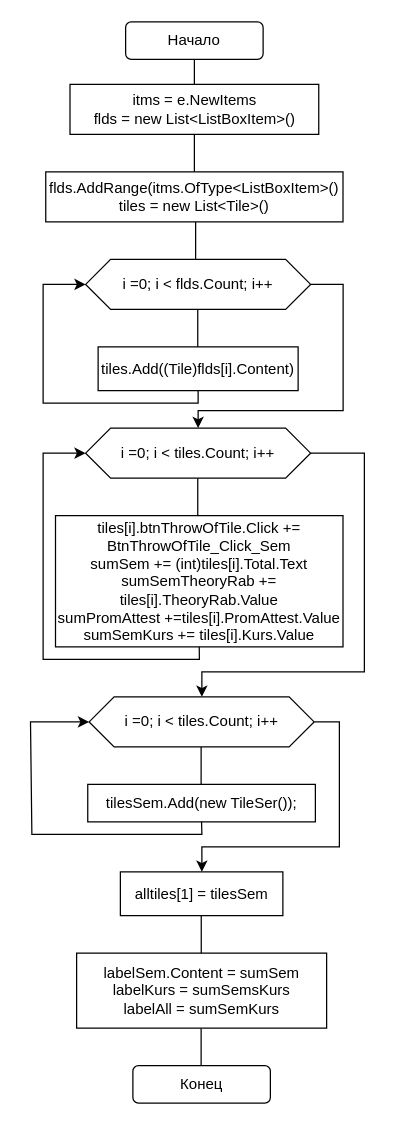
iCosmos76/Curriculum-Designer keeps this draw.io diagram as Block_sheme/Main_window/Dobavlenie_dicsipliny_v_semestr/Dobavlenie_dicsipliny_v_semestr.drawio. Above is the earlier version. Source tidied: cells renumbered, new cells numbered last; positions are measured from the earlier drawing's top-left corner, leaving out a move shared by most shapes. Both pictures are drawn from the tidied source at 125%, with x=0, y=0 at pixel (30, 21).
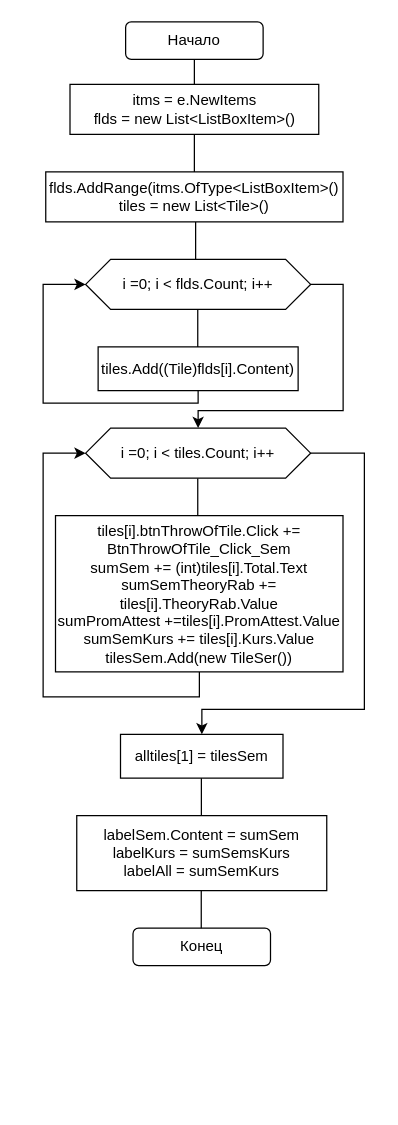
The same page after the edit.

The change refers to these unchanged cells:
```xml
<mxCell id="15" value="&lt;span&gt;i =0; i &amp;lt; tiles.Count; i++&lt;/span&gt;" style="shape=hexagon;perimeter=hexagonPerimeter2;whiteSpace=wrap;html=1;fixedSize=1;" parent="1" vertex="1">
  <mxGeometry x="44" y="325" width="180" height="40" as="geometry" />
</mxCell>
```

The edit, as a diff of the source:
```diff
@@
-    <mxCell id="12" value="tiles[i].btnThrowOfTile.Click += BtnThrowOfTile_Click_Sem&lt;br&gt;sumSem += (int)tiles[i].Total.Text&lt;br&gt;sumSemTheoryRab += tiles[i].TheoryRab.Value&lt;br&gt;sumPromAttest +=tiles[i].PromAttest.Value&lt;br&gt;sumSemKurs += tiles[i].Kurs.Value" style="rounded=0;whiteSpace=wrap;html=1;" parent="1" vertex="1">
-      <mxGeometry x="19.9" y="395" width="230" height="105" as="geometry" />
+    <mxCell id="12" value="tiles[i].btnThrowOfTile.Click += BtnThrowOfTile_Click_Sem&lt;br&gt;sumSem += (int)tiles[i].Total.Text&lt;br&gt;sumSemTheoryRab += tiles[i].TheoryRab.Value&lt;br&gt;sumPromAttest +=tiles[i].PromAttest.Value&lt;br&gt;sumSemKurs += tiles[i].Kurs.Value&lt;br&gt;tilesSem.Add(new TileSer())" style="rounded=0;whiteSpace=wrap;html=1;" parent="1" vertex="1">
+      <mxGeometry x="19.9" y="395" width="230" height="125" as="geometry" />
     </mxCell>
@@
-    <mxCell id="14" style="endArrow=none;html=1;rounded=0;exitX=0;exitY=0.5;exitDx=0;exitDy=0;startArrow=classic;startFill=1;entryX=0.5;entryY=1;entryDx=0;entryDy=0;" parent="1" edge="1" source="15" target="12">
+    <mxCell id="14" style="endArrow=none;html=1;rounded=0;exitX=0;exitY=0.5;exitDx=0;exitDy=0;startArrow=classic;startFill=1;" parent="1" edge="1" source="15">
       <mxGeometry relative="1" as="geometry">
+        <mxPoint x="135" y="520" as="targetPoint" />
         <Array as="points">
           <mxPoint x="10" y="345" />
-          <mxPoint x="10" y="510" />
-          <mxPoint x="135" y="510" />
+          <mxPoint x="10" y="540" />
+          <mxPoint x="135" y="540" />
         </Array>
       </mxGeometry>
     </mxCell>
@@
     <mxCell id="16" style="endArrow=none;html=1;rounded=0;startArrow=classic;startFill=1;entryX=1;entryY=0.5;entryDx=0;entryDy=0;" parent="1" edge="1" target="15">
       <mxGeometry relative="1" as="geometry">
-        <mxPoint x="137" y="540" as="sourcePoint" />
+        <mxPoint x="137" y="570" as="sourcePoint" />
         <Array as="points">
-          <mxPoint x="137" y="520" />
-          <mxPoint x="267" y="520" />
+          <mxPoint x="137" y="550" />
+          <mxPoint x="267" y="550" />
           <mxPoint x="267" y="510" />
           <mxPoint x="267" y="345" />
         </Array>
       </mxGeometry>
     </mxCell>
-    <mxCell id="17" value="&lt;div&gt;tilesSem.Add(new TileSer(&lt;span&gt;));&lt;/span&gt;&lt;/div&gt;" style="rounded=0;whiteSpace=wrap;html=1;" parent="1" vertex="1">
-      <mxGeometry x="45.7" y="610" width="182.1" height="30" as="geometry" />
-    </mxCell>
-    <mxCell id="18" style="endArrow=none;html=1;rounded=0;entryX=0.5;entryY=1;entryDx=0;entryDy=0;" parent="1" edge="1">
-      <mxGeometry relative="1" as="geometry">
-        <mxPoint x="136.4" y="610" as="sourcePoint" />
-        <mxPoint x="136.4" y="580" as="targetPoint" />
-      </mxGeometry>
-    </mxCell>
-    <mxCell id="19" style="endArrow=none;html=1;rounded=0;exitX=0;exitY=0.5;exitDx=0;exitDy=0;startArrow=classic;startFill=1;entryX=0.5;entryY=1;entryDx=0;entryDy=0;" parent="1" edge="1" source="20" target="17">
-      <mxGeometry relative="1" as="geometry">
-        <Array as="points">
-          <mxPoint x="-0.1" y="560" />
-          <mxPoint x="1" y="650" />
-          <mxPoint x="137" y="650" />
-        </Array>
-      </mxGeometry>
-    </mxCell>
-    <mxCell id="20" value="&lt;span&gt;i =0; i &amp;lt; tiles.Count; i++&lt;/span&gt;" style="shape=hexagon;perimeter=hexagonPerimeter2;whiteSpace=wrap;html=1;fixedSize=1;" parent="1" vertex="1">
-      <mxGeometry x="46.8" y="540" width="180" height="40" as="geometry" />
-    </mxCell>
     <mxCell id="21" value="alltiles[1] = tilesSem" style="rounded=0;whiteSpace=wrap;html=1;" parent="1" vertex="1">
-      <mxGeometry x="71.8" y="680" width="130" height="35" as="geometry" />
+      <mxGeometry x="71.9" y="570" width="130" height="35" as="geometry" />
     </mxCell>
@@
-    <mxCell id="23" style="endArrow=none;html=1;rounded=0;startArrow=classic;startFill=1;" parent="1" edge="1">
-      <mxGeometry relative="1" as="geometry">
-        <mxPoint x="137" y="680" as="sourcePoint" />
-        <mxPoint x="227" y="560" as="targetPoint" />
-        <Array as="points">
-          <mxPoint x="137" y="660" />
-          <mxPoint x="247" y="660" />
-          <mxPoint x="247" y="560" />
-        </Array>
-      </mxGeometry>
-    </mxCell>
     <mxCell id="24" value="Конец" style="rounded=1;whiteSpace=wrap;html=1;" parent="1" vertex="1">
-      <mxGeometry x="81.8" y="835" width="110" height="30" as="geometry" />
+      <mxGeometry x="81.9" y="725" width="110" height="30" as="geometry" />
     </mxCell>
     <mxCell id="25" style="endArrow=none;html=1;rounded=0;entryX=0.5;entryY=1;entryDx=0;entryDy=0;" parent="1" edge="1">
       <mxGeometry relative="1" as="geometry">
-        <mxPoint x="136.4" y="835" as="sourcePoint" />
-        <mxPoint x="136.4" y="805" as="targetPoint" />
+        <mxPoint x="136.5" y="725" as="sourcePoint" />
+        <mxPoint x="136.5" y="695" as="targetPoint" />
       </mxGeometry>
     </mxCell>
     <mxCell id="26" value="labelSem.Content = sumSem&lt;br&gt;labelKurs = sumSemsKurs&lt;br&gt;labelAll = sumSemKurs" style="rounded=0;whiteSpace=wrap;html=1;" parent="1" vertex="1">
-      <mxGeometry x="36.8" y="745" width="200" height="60" as="geometry" />
+      <mxGeometry x="36.9" y="635" width="200" height="60" as="geometry" />
     </mxCell>
     <mxCell id="27" style="endArrow=none;html=1;rounded=0;entryX=0.5;entryY=1;entryDx=0;entryDy=0;" parent="1" edge="1">
       <mxGeometry relative="1" as="geometry">
-        <mxPoint x="136.5" y="745" as="sourcePoint" />
-        <mxPoint x="136.5" y="715" as="targetPoint" />
+        <mxPoint x="136.6" y="635" as="sourcePoint" />
+        <mxPoint x="136.6" y="605" as="targetPoint" />
       </mxGeometry>
     </mxCell>
```
